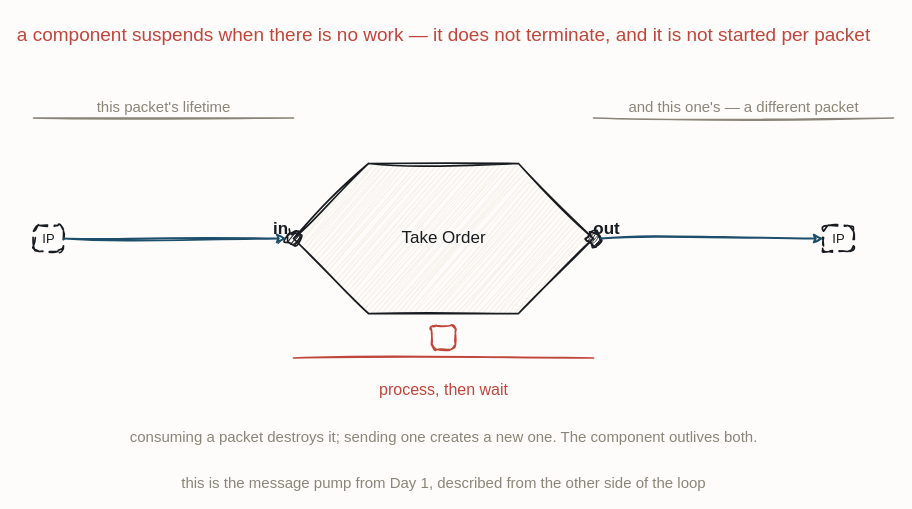
Before: resources/flow-fbp-lifetime.drawio in iancooper/practical-messaging, a draw.io diagram. Source tidied: cells renumbered, new cells numbered last; positions are measured from the earlier drawing's top-left corner, leaving out a move shared by most shapes. Both pictures are drawn from the tidied source at 100%, with x=0, y=0 at pixel (33, 17).
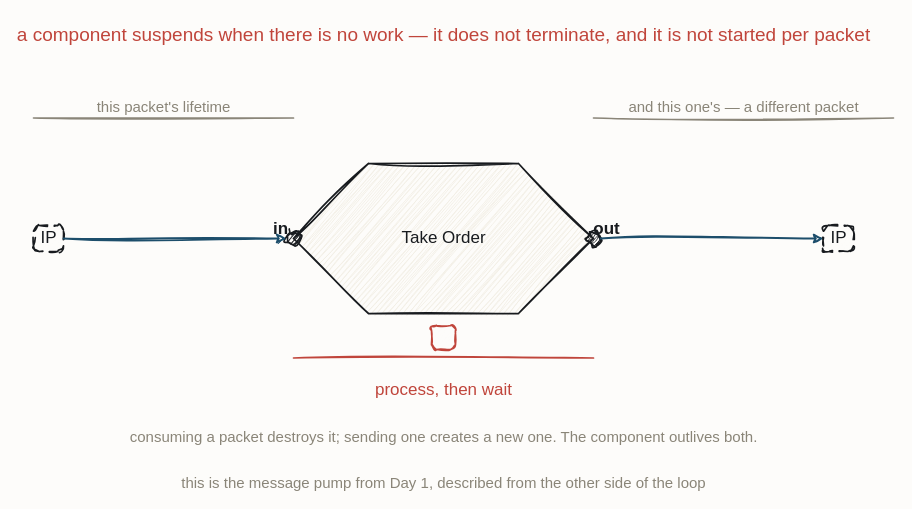
The same page after the edit.

Unchanged cells that the change refers to:
```xml
<mxCell id="4" style="sketch=1;hachureGap=4;jiggle=2;curveFitting=1;fontFamily=Caveat;html=1;ellipse;verticalLabelPosition=bottom;verticalAlign=top;strokeColor=#181B1F;strokeWidth=1.7;fillColor=#181B1F;fontColor=#181B1F;fontSize=14;" parent="1" vertex="1">
  <mxGeometry x="253" y="214" width="14" height="14" as="geometry" />
</mxCell>
<mxCell id="6" style="sketch=1;hachureGap=4;jiggle=2;curveFitting=1;fontFamily=Caveat;html=1;ellipse;verticalLabelPosition=bottom;verticalAlign=top;strokeColor=#181B1F;strokeWidth=1.7;fillColor=#181B1F;fontColor=#181B1F;fontSize=14;" parent="1" vertex="1">
  <mxGeometry x="553" y="214" width="14" height="14" as="geometry" />
</mxCell>
```

What changed in the source:
```diff
@@
-    <mxCell id="8" value="IP" style="sketch=1;hachureGap=4;jiggle=2;curveFitting=1;fontFamily=Caveat;html=1;rounded=1;arcSize=22;dashed=1;dashPattern=5 4;strokeColor=#181B1F;strokeWidth=1.7;fillColor=#FDFCFA;fontColor=#181B1F;fontSize=13;" parent="1" vertex="1">
+    <mxCell id="8" value="IP" style="sketch=1;hachureGap=4;jiggle=2;curveFitting=1;fontFamily=Caveat;html=1;rounded=1;arcSize=22;dashed=1;dashPattern=5 4;strokeColor=#181B1F;strokeWidth=1.7;fillColor=#FDFCFA;fontColor=#181B1F;fontSize=17;" parent="1" vertex="1">
       <mxGeometry y="208" width="30" height="26" as="geometry" />
     </mxCell>
-    <mxCell id="9" value="IP" style="sketch=1;hachureGap=4;jiggle=2;curveFitting=1;fontFamily=Caveat;html=1;rounded=1;arcSize=22;dashed=1;dashPattern=5 4;strokeColor=#181B1F;strokeWidth=1.7;fillColor=#FDFCFA;fontColor=#181B1F;fontSize=13;" parent="1" vertex="1">
+    <mxCell id="9" value="IP" style="sketch=1;hachureGap=4;jiggle=2;curveFitting=1;fontFamily=Caveat;html=1;rounded=1;arcSize=22;dashed=1;dashPattern=5 4;strokeColor=#181B1F;strokeWidth=1.7;fillColor=#FDFCFA;fontColor=#181B1F;fontSize=17;" parent="1" vertex="1">
       <mxGeometry x="790" y="208" width="30" height="26" as="geometry" />
     </mxCell>
@@
-    <mxCell id="15" value="process, then wait" style="text;html=1;align=center;fontFamily=Caveat;fontSize=16;fontColor=#C0453B;" parent="1" vertex="1">
+    <mxCell id="15" value="process, then wait" style="text;html=1;align=center;fontFamily=Caveat;fontSize=17;fontColor=#C0453B;" parent="1" vertex="1">
       <mxGeometry x="350" y="356" width="120" height="20" as="geometry" />
     </mxCell>
@@
-    <mxCell id="19" style="sketch=1;jiggle=2;curveFitting=1;edgeStyle=none;rounded=0;strokeColor=#1D4E6B;strokeWidth=1.8;fontFamily=Caveat;fontSize=15;fontColor=#1D4E6B;html=1;exitX=1.0;exitY=0.5;exitDx=0;exitDy=0;entryX=0.0;entryY=0.5;entryDx=0;entryDy=0;" parent="1" edge="1" source="8" target="4">
+    <mxCell id="19" style="sketch=1;jiggle=2;curveFitting=1;edgeStyle=none;rounded=0;strokeColor=#1D4E6B;strokeWidth=1.8;fontFamily=Caveat;fontSize=17;fontColor=#1D4E6B;html=1;exitX=1.0;exitY=0.5;exitDx=0;exitDy=0;entryX=0.0;entryY=0.5;entryDx=0;entryDy=0;" parent="1" edge="1" source="8" target="4">
       <mxGeometry relative="1" as="geometry" />
     </mxCell>
-    <mxCell id="20" style="sketch=1;jiggle=2;curveFitting=1;edgeStyle=none;rounded=0;strokeColor=#1D4E6B;strokeWidth=1.8;fontFamily=Caveat;fontSize=15;fontColor=#1D4E6B;html=1;exitX=1.0;exitY=0.5;exitDx=0;exitDy=0;entryX=0.0;entryY=0.5;entryDx=0;entryDy=0;" parent="1" edge="1" source="6" target="9">
+    <mxCell id="20" style="sketch=1;jiggle=2;curveFitting=1;edgeStyle=none;rounded=0;strokeColor=#1D4E6B;strokeWidth=1.8;fontFamily=Caveat;fontSize=17;fontColor=#1D4E6B;html=1;exitX=1.0;exitY=0.5;exitDx=0;exitDy=0;entryX=0.0;entryY=0.5;entryDx=0;entryDy=0;" parent="1" edge="1" source="6" target="9">
       <mxGeometry relative="1" as="geometry" />
     </mxCell>
```
